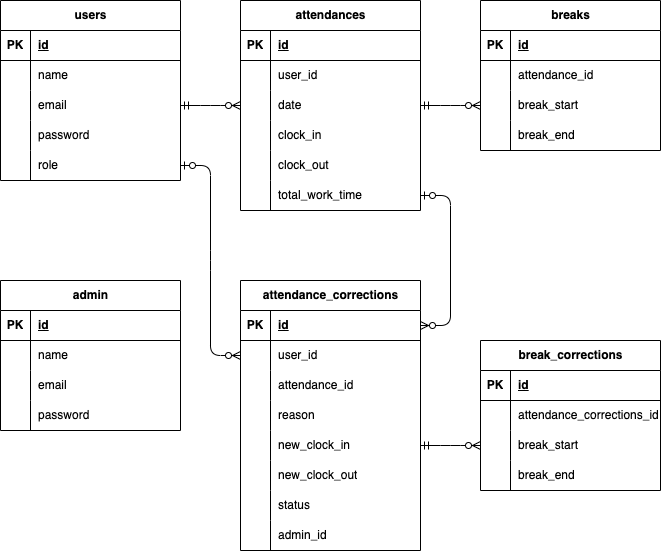
takuyakurikuri/attendanceManagement keeps this draw.io diagram as src/ER.drawio.png. Above is the earlier version. Source tidied: cells renumbered, new cells last; positions are measured from the earlier drawing's top-left corner, leaving out a move shared by most shapes.
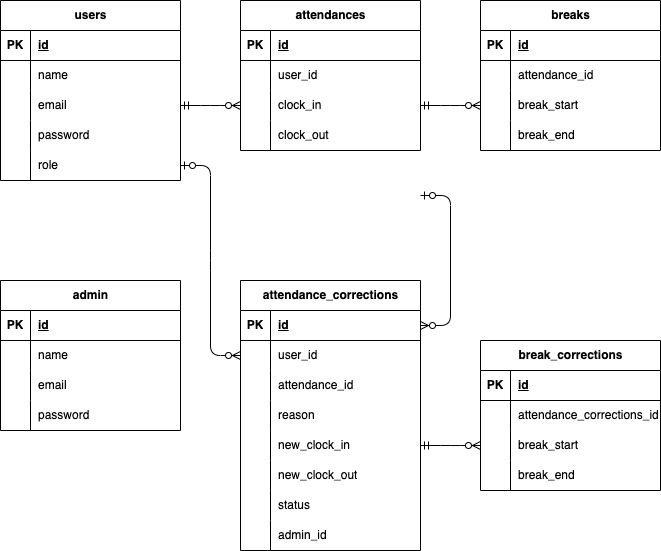
Later version of the same file.

Diff of the diagram source:
```diff
@@ -51,7 +51,7 @@
       <mxGeometry x="30" width="150" height="30" as="geometry" />
     </mxCell>
     <mxCell id="18" value="attendances" style="shape=table;startSize=30;rowLines=0;fontStyle=1;align=center;html=1;" parent="1" vertex="1">
-      <mxGeometry x="240" width="180" height="210" as="geometry" />
+      <mxGeometry x="240" width="180" height="150" as="geometry" />
     </mxCell>
     <mxCell id="19" style="shape=tableRow;horizontal=0;startSize=0;swimlaneHead=0;swimlaneBody=0;fillColor=none;top=0;left=0;right=0;bottom=1;" parent="18" vertex="1">
       <mxGeometry y="30" width="180" height="30" as="geometry" />
@@ -71,17 +71,8 @@
     <mxCell id="24" value="user_id" style="shape=partialRectangle;fillColor=none;top=0;left=0;bottom=0;right=0;align=left;spacingLeft=6;overflow=hidden;whiteSpace=wrap;html=1;" parent="22" vertex="1">
       <mxGeometry x="30" width="150" height="30" as="geometry" />
     </mxCell>
-    <mxCell id="25" style="shape=tableRow;horizontal=0;startSize=0;swimlaneHead=0;swimlaneBody=0;fillColor=none;points=[[0,0.5],[1,0.5]];portConstraint=eastwest;top=0;left=0;right=0;bottom=0;" parent="18" vertex="1">
-      <mxGeometry y="90" width="180" height="30" as="geometry" />
-    </mxCell>
-    <mxCell id="26" style="shape=partialRectangle;fillColor=none;top=0;left=0;bottom=0;right=0;overflow=hidden;whiteSpace=wrap;html=1;" parent="25" vertex="1">
-      <mxGeometry width="30" height="30" as="geometry" />
-    </mxCell>
-    <mxCell id="27" value="date" style="shape=partialRectangle;fillColor=none;top=0;left=0;bottom=0;right=0;align=left;spacingLeft=6;overflow=hidden;whiteSpace=wrap;html=1;" parent="25" vertex="1">
-      <mxGeometry x="30" width="150" height="30" as="geometry" />
-    </mxCell>
     <mxCell id="28" style="shape=tableRow;horizontal=0;startSize=0;swimlaneHead=0;swimlaneBody=0;fillColor=none;top=0;left=0;right=0;bottom=0;" parent="18" vertex="1">
-      <mxGeometry y="120" width="180" height="30" as="geometry" />
+      <mxGeometry y="90" width="180" height="30" as="geometry" />
     </mxCell>
     <mxCell id="29" style="shape=partialRectangle;fillColor=none;top=0;left=0;bottom=0;right=0;overflow=hidden;whiteSpace=wrap;html=1;" parent="28" vertex="1">
       <mxGeometry width="30" height="30" as="geometry" />
@@ -90,7 +81,7 @@
       <mxGeometry x="30" width="150" height="30" as="geometry" />
     </mxCell>
     <mxCell id="31" style="shape=tableRow;horizontal=0;startSize=0;swimlaneHead=0;swimlaneBody=0;fillColor=none;top=0;left=0;right=0;bottom=0;" parent="18" vertex="1">
-      <mxGeometry y="150" width="180" height="30" as="geometry" />
+      <mxGeometry y="120" width="180" height="30" as="geometry" />
     </mxCell>
     <mxCell id="32" style="shape=partialRectangle;fillColor=none;top=0;left=0;bottom=0;right=0;overflow=hidden;whiteSpace=wrap;html=1;" parent="31" vertex="1">
       <mxGeometry width="30" height="30" as="geometry" />
@@ -98,15 +89,6 @@
     <mxCell id="33" value="clock_out" style="shape=partialRectangle;fillColor=none;top=0;left=0;bottom=0;right=0;align=left;spacingLeft=6;overflow=hidden;whiteSpace=wrap;html=1;" parent="31" vertex="1">
       <mxGeometry x="30" width="150" height="30" as="geometry" />
     </mxCell>
-    <mxCell id="34" style="shape=tableRow;horizontal=0;startSize=0;swimlaneHead=0;swimlaneBody=0;fillColor=none;points=[[0,0.5],[1,0.5]];portConstraint=eastwest;top=0;left=0;right=0;bottom=0;" parent="18" vertex="1">
-      <mxGeometry y="180" width="180" height="30" as="geometry" />
-    </mxCell>
-    <mxCell id="35" style="shape=partialRectangle;fillColor=none;top=0;left=0;bottom=0;right=0;overflow=hidden;whiteSpace=wrap;html=1;" parent="34" vertex="1">
-      <mxGeometry width="30" height="30" as="geometry" />
-    </mxCell>
-    <mxCell id="36" value="total_work_time" style="shape=partialRectangle;fillColor=none;top=0;left=0;bottom=0;right=0;align=left;spacingLeft=6;overflow=hidden;whiteSpace=wrap;html=1;" parent="34" vertex="1">
-      <mxGeometry x="30" width="150" height="30" as="geometry" />
-    </mxCell>
     <mxCell id="37" value="breaks" style="shape=table;startSize=30;rowLines=0;fontStyle=1;align=center;html=1;" parent="1" vertex="1">
       <mxGeometry x="480" width="180" height="150" as="geometry" />
     </mxCell>
@@ -260,11 +242,15 @@
     <mxCell id="87" value="break_end" style="shape=partialRectangle;fillColor=none;top=0;left=0;bottom=0;right=0;align=left;spacingLeft=6;overflow=hidden;whiteSpace=wrap;html=1;" parent="85" vertex="1">
       <mxGeometry x="30" width="150" height="30" as="geometry" />
     </mxCell>
-    <mxCell id="88" style="edgeStyle=entityRelationEdgeStyle;fontSize=12;html=1;endArrow=ERzeroToMany;startArrow=ERmandOne;exitX=1;exitY=0.5;exitDx=0;exitDy=0;entryX=0;entryY=0.5;entryDx=0;entryDy=0;" parent="1" edge="1" source="25" target="44">
-      <mxGeometry relative="1" as="geometry" />
+    <mxCell id="88" style="edgeStyle=entityRelationEdgeStyle;fontSize=12;html=1;endArrow=ERzeroToMany;startArrow=ERmandOne;exitX=1;exitY=0.5;exitDx=0;exitDy=0;entryX=0;entryY=0.5;entryDx=0;entryDy=0;" parent="1" edge="1" target="44">
+      <mxGeometry relative="1" as="geometry">
+        <mxPoint x="420" y="105" as="sourcePoint" />
+      </mxGeometry>
     </mxCell>
-    <mxCell id="89" style="edgeStyle=entityRelationEdgeStyle;fontSize=12;html=1;endArrow=ERzeroToMany;startArrow=ERmandOne;exitX=1;exitY=0.5;exitDx=0;exitDy=0;entryX=0;entryY=0.5;entryDx=0;entryDy=0;" parent="1" edge="1" source="9" target="25">
-      <mxGeometry relative="1" as="geometry" />
+    <mxCell id="89" style="edgeStyle=entityRelationEdgeStyle;fontSize=12;html=1;endArrow=ERzeroToMany;startArrow=ERmandOne;exitX=1;exitY=0.5;exitDx=0;exitDy=0;entryX=0;entryY=0.5;entryDx=0;entryDy=0;" parent="1" edge="1" source="9">
+      <mxGeometry relative="1" as="geometry">
+        <mxPoint x="240" y="105" as="targetPoint" />
+      </mxGeometry>
     </mxCell>
     <mxCell id="90" style="edgeStyle=entityRelationEdgeStyle;fontSize=12;html=1;endArrow=ERzeroToMany;startArrow=ERmandOne;exitX=1;exitY=0.5;exitDx=0;exitDy=0;entryX=0;entryY=0.5;entryDx=0;entryDy=0;" parent="1" edge="1" source="63" target="82">
       <mxGeometry relative="1" as="geometry" />
@@ -272,8 +258,10 @@
     <mxCell id="91" style="edgeStyle=entityRelationEdgeStyle;fontSize=12;html=1;endArrow=ERzeroToMany;startArrow=ERzeroToOne;exitX=1;exitY=0.5;exitDx=0;exitDy=0;entryX=0;entryY=0.5;entryDx=0;entryDy=0;" parent="1" edge="1" source="15" target="54">
       <mxGeometry relative="1" as="geometry" />
     </mxCell>
-    <mxCell id="92" style="edgeStyle=entityRelationEdgeStyle;fontSize=12;html=1;endArrow=ERzeroToMany;startArrow=ERzeroToOne;exitX=1;exitY=0.5;exitDx=0;exitDy=0;entryX=1;entryY=0.5;entryDx=0;entryDy=0;" parent="1" edge="1" source="34" target="51">
-      <mxGeometry relative="1" as="geometry" />
+    <mxCell id="92" style="edgeStyle=entityRelationEdgeStyle;fontSize=12;html=1;endArrow=ERzeroToMany;startArrow=ERzeroToOne;exitX=1;exitY=0.5;exitDx=0;exitDy=0;entryX=1;entryY=0.5;entryDx=0;entryDy=0;" parent="1" edge="1" target="51">
+      <mxGeometry relative="1" as="geometry">
+        <mxPoint x="420" y="195" as="sourcePoint" />
+      </mxGeometry>
     </mxCell>
     <mxCell id="93" value="admin" style="shape=table;startSize=30;rowLines=0;fontStyle=1;align=center;html=1;" parent="1" vertex="1">
       <mxGeometry y="280" width="180" height="150" as="geometry" />
```
